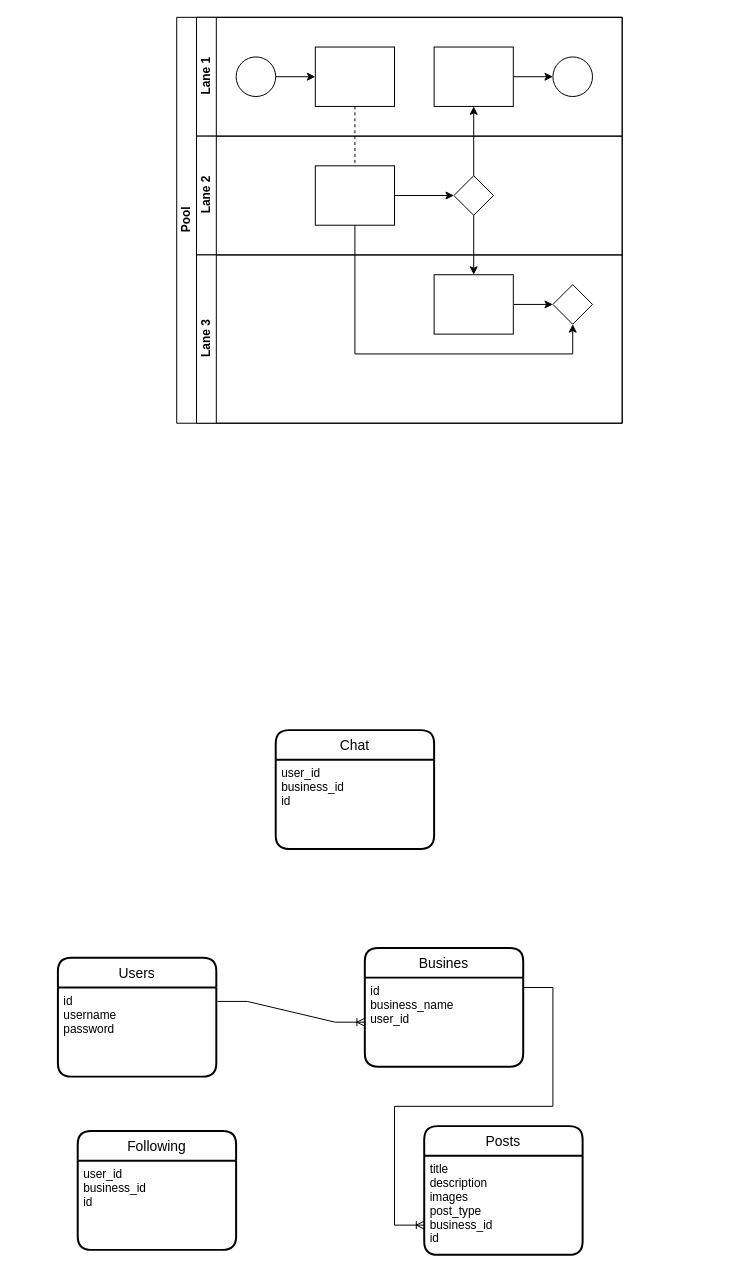
Above: Untitled Diagram.drawio in MennyMo/HARDE (draw.io), before the change. Source tidied: cells renumbered, new cells numbered last; positions are measured from the earlier drawing's top-left corner, leaving out a move shared by most shapes. Both pictures are drawn from the tidied source at 99%, with x=0, y=0 at pixel (57, 17).
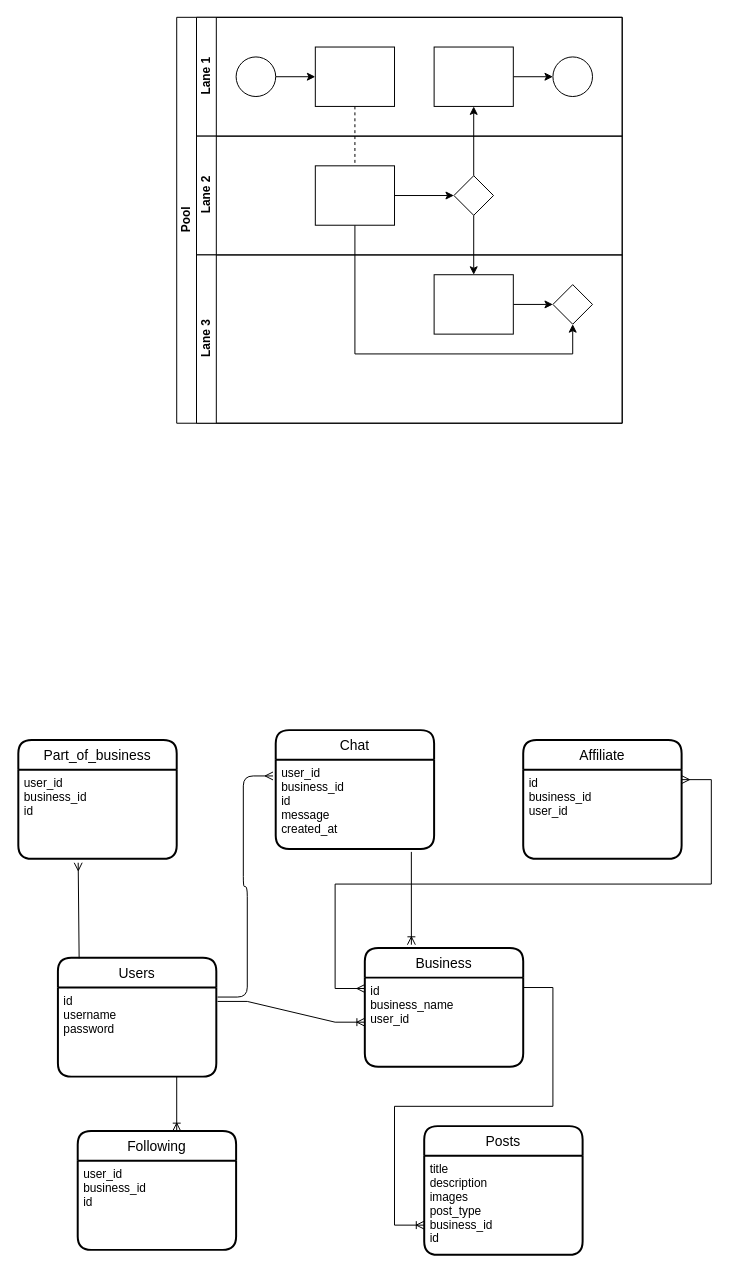
The same diagram, later.

Unchanged cells that the change refers to:
```xml
<mxCell id="22" value="Users" style="swimlane;horizontal=1;startSize=30;rounded=1;fontSize=14;fontStyle=0;strokeWidth=2;shadow=0;dashed=0;align=center;" parent="1" vertex="1">
  <mxGeometry y="950" width="160" height="120" as="geometry" />
</mxCell>
<mxCell id="23" value="id&#10;username&#10;password&#10;" style="align=left;strokeColor=none;fillColor=none;spacingLeft=4;fontSize=12;verticalAlign=top;" parent="22" vertex="1">
  <mxGeometry y="30" width="160" height="90" as="geometry" />
</mxCell>
<mxCell id="32" value="Chat" style="swimlane;horizontal=1;startSize=30;rounded=1;fontSize=14;fontStyle=0;strokeWidth=2;shadow=0;dashed=0;align=center;" parent="1" vertex="1">
  <mxGeometry x="220" y="720" width="160" height="120" as="geometry" />
</mxCell>
```

Diff of the diagram source:
```diff
@@
+    <mxCell id="34" style="fontSize=12;html=1;endArrow=ERoneToMany;rounded=1;elbow=vertical;exitX=0.75;exitY=1;exitDx=0;exitDy=0;" parent="22" edge="1" source="23">
+      <mxGeometry relative="1" as="geometry">
+        <mxPoint x="120" y="175" as="targetPoint" />
+      </mxGeometry>
+    </mxCell>
-    <mxCell id="24" value="Busines" style="swimlane;horizontal=1;startSize=30;rounded=1;fontSize=14;fontStyle=0;strokeWidth=2;shadow=0;dashed=0;align=center;" parent="1" vertex="1">
+    <mxCell id="24" value="Business" style="swimlane;horizontal=1;startSize=30;rounded=1;fontSize=14;fontStyle=0;strokeWidth=2;shadow=0;dashed=0;align=center;" parent="1" vertex="1">
       <mxGeometry x="310" y="940" width="160" height="120" as="geometry" />
     </mxCell>
@@
-    <mxCell id="33" value="user_id&#10;business_id&#10;id&#10;" style="align=left;strokeColor=none;fillColor=none;spacingLeft=4;fontSize=12;verticalAlign=top;" parent="32" vertex="1">
+    <mxCell id="33" value="user_id&#10;business_id&#10;id&#10;message&#10;created_at&#10;" style="align=left;strokeColor=none;fillColor=none;spacingLeft=4;fontSize=12;verticalAlign=top;" parent="32" vertex="1">
       <mxGeometry y="30" width="160" height="90" as="geometry" />
     </mxCell>
+    <mxCell id="35" value="Affiliate" style="swimlane;horizontal=1;startSize=30;rounded=1;fontSize=14;fontStyle=0;strokeWidth=2;shadow=0;dashed=0;align=center;" parent="1" vertex="1">
+      <mxGeometry x="470" y="730" width="160" height="120" as="geometry" />
+    </mxCell>
+    <mxCell id="36" value="id&#10;business_id&#10;user_id" style="align=left;strokeColor=none;fillColor=none;spacingLeft=4;fontSize=12;verticalAlign=top;" parent="35" vertex="1">
+      <mxGeometry y="30" width="160" height="90" as="geometry" />
+    </mxCell>
+    <mxCell id="37" style="edgeStyle=entityRelationEdgeStyle;fontSize=12;html=1;endArrow=ERmany;startArrow=ERmany;rounded=0;" parent="1" edge="1">
+      <mxGeometry relative="1" as="geometry">
+        <mxPoint x="630" y="770" as="sourcePoint" />
+        <mxPoint x="310" y="981" as="targetPoint" />
+      </mxGeometry>
+    </mxCell>
+    <mxCell id="38" style="edgeStyle=entityRelationEdgeStyle;fontSize=12;html=1;endArrow=ERmany;rounded=1;elbow=vertical;exitX=1.008;exitY=0.107;exitDx=0;exitDy=0;exitPerimeter=0;entryX=-0.017;entryY=0.181;entryDx=0;entryDy=0;entryPerimeter=0;" parent="1" edge="1" source="23" target="33">
+      <mxGeometry relative="1" as="geometry" />
+    </mxCell>
+    <mxCell id="39" style="fontSize=12;html=1;endArrow=ERoneToMany;rounded=1;elbow=vertical;entryX=0.294;entryY=-0.027;entryDx=0;entryDy=0;entryPerimeter=0;" parent="1" edge="1" target="24">
+      <mxGeometry relative="1" as="geometry">
+        <mxPoint x="357" y="843" as="sourcePoint" />
+      </mxGeometry>
+    </mxCell>
+    <mxCell id="40" value="Part_of_business" style="swimlane;horizontal=1;startSize=30;rounded=1;fontSize=14;fontStyle=0;strokeWidth=2;shadow=0;dashed=0;align=center;" parent="1" vertex="1">
+      <mxGeometry x="-40" y="730" width="160" height="120" as="geometry" />
+    </mxCell>
+    <mxCell id="41" value="user_id&#10;business_id&#10;id&#10;" style="align=left;strokeColor=none;fillColor=none;spacingLeft=4;fontSize=12;verticalAlign=top;" parent="40" vertex="1">
+      <mxGeometry y="30" width="160" height="90" as="geometry" />
+    </mxCell>
+    <mxCell id="42" style="fontSize=12;html=1;endArrow=ERmany;rounded=1;elbow=vertical;entryX=0.378;entryY=1.044;entryDx=0;entryDy=0;entryPerimeter=0;exitX=0.134;exitY=0.004;exitDx=0;exitDy=0;exitPerimeter=0;" parent="1" edge="1" source="22" target="41">
+      <mxGeometry relative="1" as="geometry" />
+    </mxCell>
```
